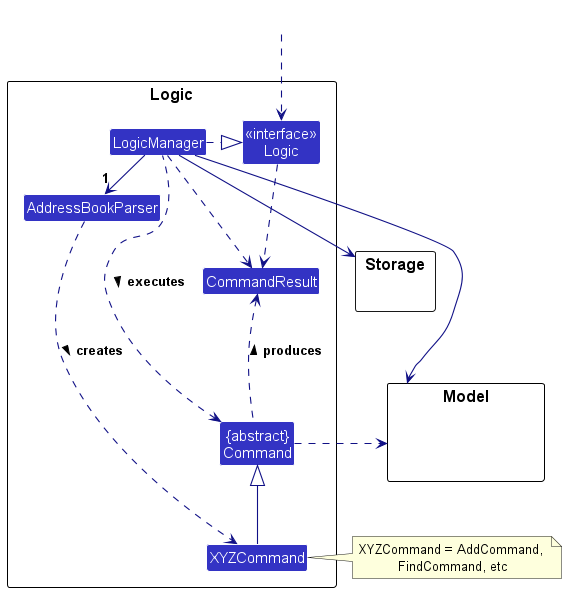
This is docs/images/LogicClassDiagram.png from nus-cs2103-AY2425S1/tp, a PlantUML export, as it was before one commit.
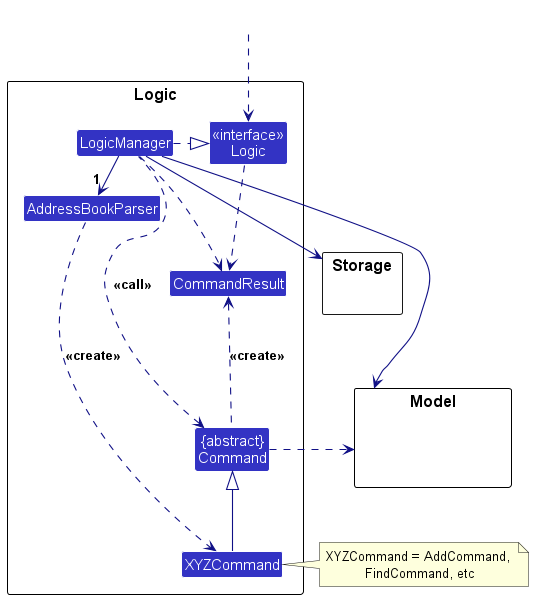
Later version of the same file.

What changed in the source:
```diff
@@ -28,10 +28,10 @@
 
 LogicManager .right.|> Logic
 LogicManager -right->"1" AddressBookParser
-AddressBookParser ..> XYZCommand : creates >
+AddressBookParser ..> XYZCommand : <<create>>
 
 XYZCommand -up-|> Command
-LogicManager .left.> Command : executes >
+LogicManager .left.> Command : <<call>>
 
 LogicManager --> Model
 LogicManager --> Storage
@@ -42,5 +42,5 @@
 
 Logic ..> CommandResult
 LogicManager .down.> CommandResult
-Command .up.> CommandResult : produces >
+Command .up.> CommandResult : <<create>>
 @enduml
```
